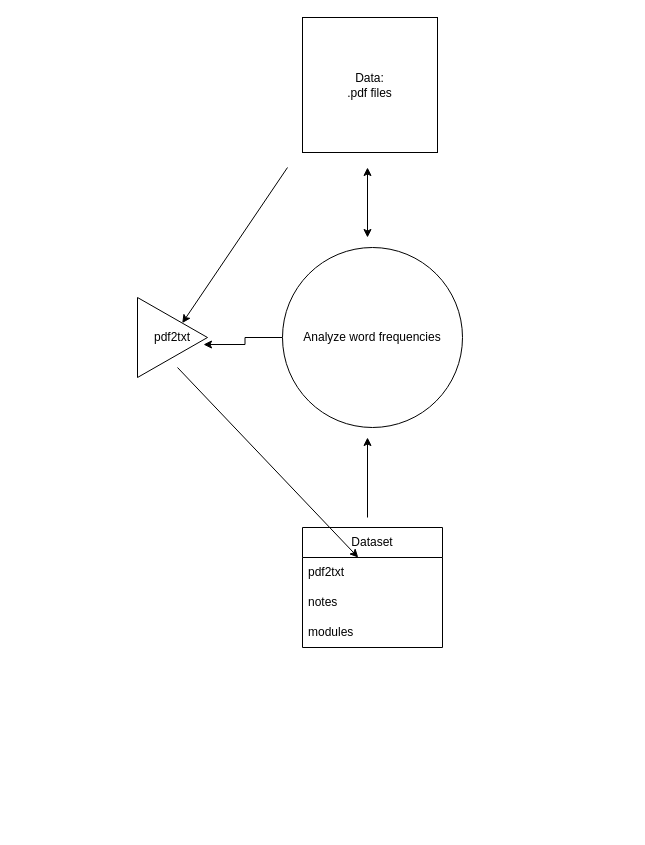
Earlier version of the draw.io diagram plot.drawio (MehmetKay-sudo/Data_Science). Source tidied: cells renumbered, new cells numbered last; positions are measured from the earlier drawing's top-left corner, leaving out a move shared by most shapes. Both pictures are drawn from the tidied source at 100%, with x=0, y=0 at pixel (137, 17).
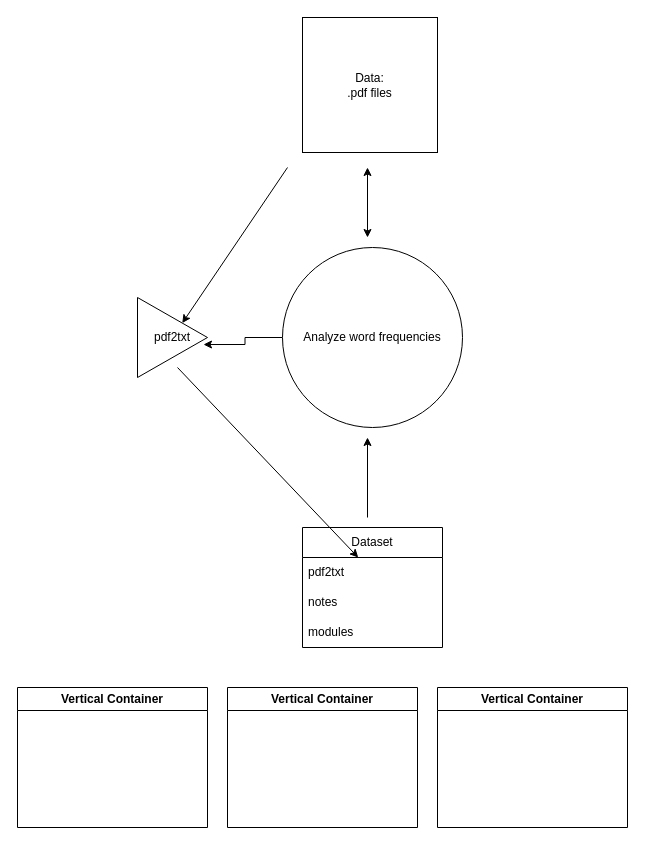
The same diagram, later.

Diff of the diagram source:
```diff
@@
+    <mxCell id="14" value="Vertical Container" style="swimlane;whiteSpace=wrap;html=1;" parent="1" vertex="1">
+      <mxGeometry x="-120" y="670" width="190" height="140" as="geometry" />
+    </mxCell>
+    <mxCell id="15" value="Vertical Container" style="swimlane;whiteSpace=wrap;html=1;" parent="1" vertex="1">
+      <mxGeometry x="90" y="670" width="190" height="140" as="geometry" />
+    </mxCell>
+    <mxCell id="16" value="Vertical Container" style="swimlane;whiteSpace=wrap;html=1;" parent="1" vertex="1">
+      <mxGeometry x="300" y="670" width="190" height="140" as="geometry" />
+    </mxCell>
```
